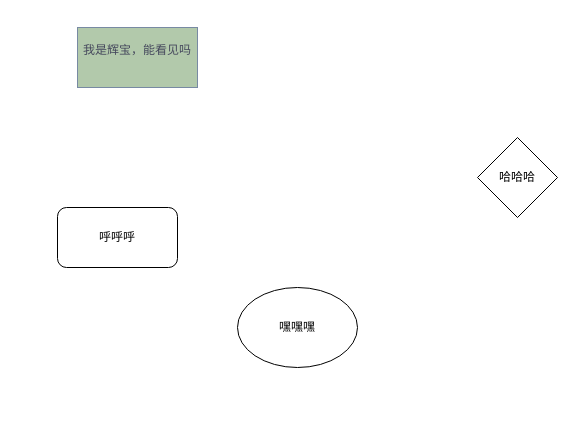
This is 巡检&检查.drawio from EricIsLin/EricTest, a draw.io file, before an edit. Source tidied: cells renumbered, new cells numbered last; positions are measured from the earlier drawing's top-left corner, leaving out a move shared by most shapes. Both pictures are drawn from the tidied source at 100%, with x=0, y=0 at pixel (57, 27).
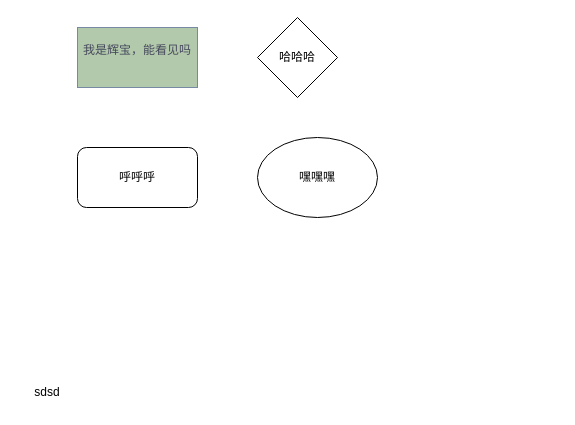
Above is the later version.

Commit message (it also covers changes not shown here):
更新巡检&检查.drawio

Diff of the diagram source:
```diff
@@
 <mxGraphModel>
   <root>
     <mxCell id="0" />
     <mxCell id="1" parent="0" />
     <mxCell id="2" value="我是辉宝，能看见吗&lt;div&gt;&lt;br&gt;&lt;/div&gt;" style="rounded=0;whiteSpace=wrap;html=1;strokeColor=#788AA3;fontColor=#46495D;fillColor=#B2C9AB;labelBackgroundColor=none;" parent="1" vertex="1">
       <mxGeometry x="20" width="120" height="60" as="geometry" />
     </mxCell>
     <mxCell id="3" value="嘿嘿嘿" style="ellipse;whiteSpace=wrap;html=1;" parent="1" vertex="1">
-      <mxGeometry x="180" y="260" width="120" height="80" as="geometry" />
+      <mxGeometry x="200" y="110" width="120" height="80" as="geometry" />
     </mxCell>
     <mxCell id="4" value="哈哈哈" style="rhombus;whiteSpace=wrap;html=1;" parent="1" vertex="1">
-      <mxGeometry x="420" y="110" width="80" height="80" as="geometry" />
+      <mxGeometry x="200" y="-10" width="80" height="80" as="geometry" />
     </mxCell>
     <mxCell id="5" value="呼呼呼" style="rounded=1;whiteSpace=wrap;html=1;" parent="1" vertex="1">
-      <mxGeometry y="180" width="120" height="60" as="geometry" />
+      <mxGeometry x="20" y="120" width="120" height="60" as="geometry" />
     </mxCell>
+    <mxCell id="6" value="sdsd" style="text;html=1;align=center;verticalAlign=middle;whiteSpace=wrap;rounded=0;" parent="1" vertex="1">
+      <mxGeometry x="-40" y="350" width="60" height="30" as="geometry" />
+    </mxCell>
   </root>
 </mxGraphModel>
```
